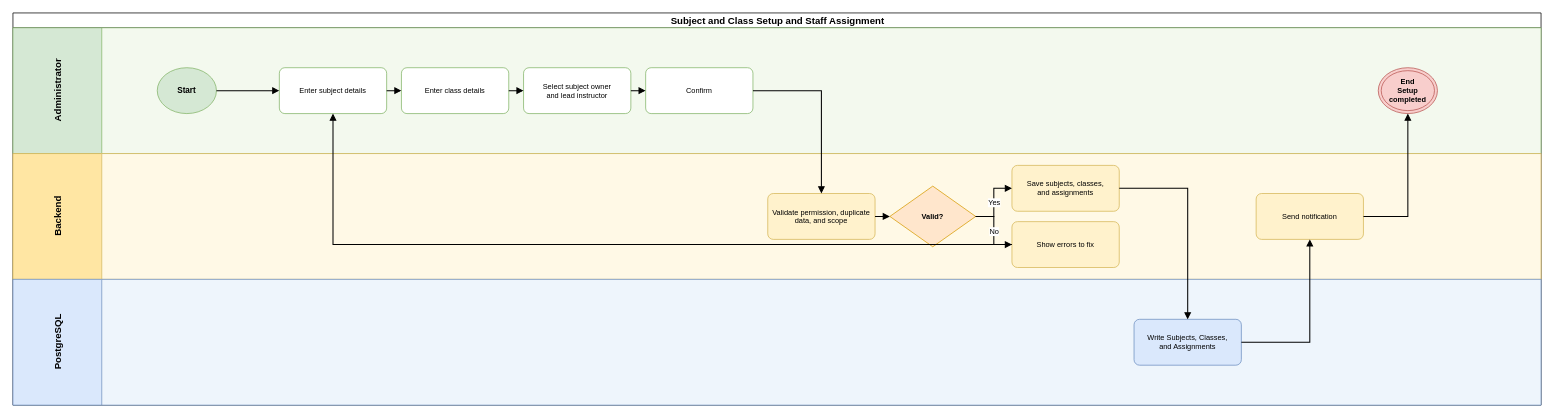
Above: page "BF-02 Subject and Class Setup and Staff Assignment" (2 of 9) of aidlc-docs/inception/main-business-flows/AI-Powered-Learning-Platform-Main-Business-Flows.drawio in hygef-v4/AI-Powered-Learning-Platform (draw.io), before the change. Source tidied: cells renumbered, new cells numbered last; positions are measured from the earlier drawing's top-left corner, leaving out a move shared by most shapes. Both pictures are drawn from the tidied source at 74%, with x=0, y=0 at pixel (13, 13).
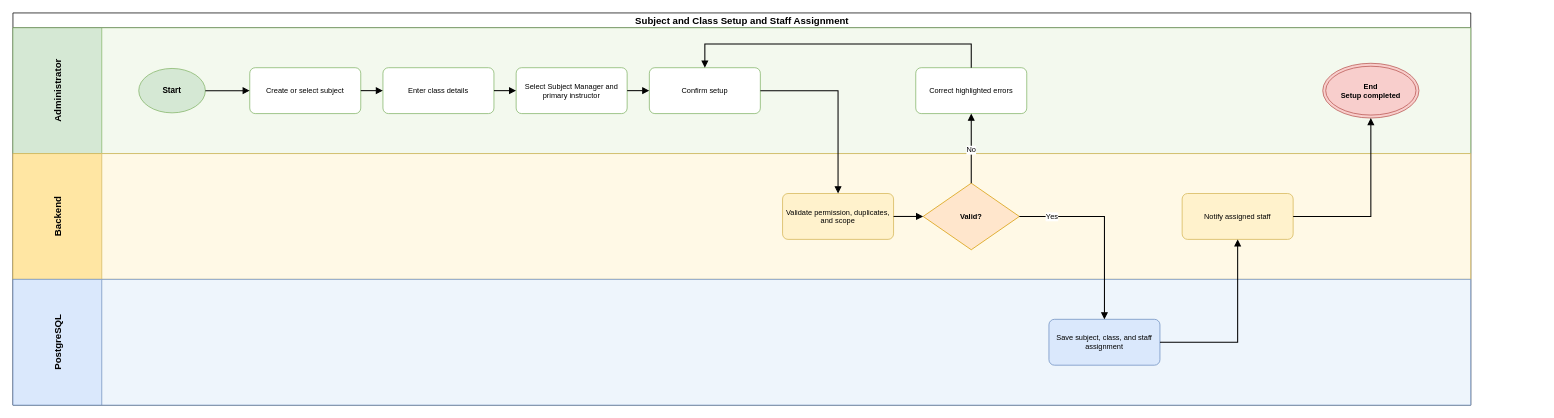
The same page after the edit.

The edit, as a diff of the source:
```diff
@@
     <mxCell id="2" value="Subject and Class Setup and Staff Assignment" style="swimlane;horizontal=1;startSize=20;html=1;fontSize=13;fontStyle=1;align=center;verticalAlign=middle;" parent="1" vertex="1">
-      <mxGeometry width="2065" height="530" as="geometry" />
+      <mxGeometry width="1970" height="530" as="geometry" />
     </mxCell>
-    <mxCell id="3" value="Administrator" style="swimlane;startSize=120;horizontal=0;html=1;fillColor=#D5E8D4;swimlaneFillColor=#F3F9EE;strokeColor=#82B366;fontSize=13;fontStyle=1;align=center;verticalAlign=middle;spacing=6;" parent="2" vertex="1">
-      <mxGeometry y="20" width="2065" height="170" as="geometry" />
+    <mxCell id="3" value="Administrator" style="swimlane;startSize=120;horizontal=0;html=1;whiteSpace=wrap;fillColor=#D5E8D4;swimlaneFillColor=#F3F9EE;strokeColor=#82B366;fontSize=13;fontStyle=1;align=center;verticalAlign=middle;spacing=6;" parent="2" vertex="1">
+      <mxGeometry y="20" width="1970" height="170" as="geometry" />
     </mxCell>
-    <mxCell id="4" value="Backend" style="swimlane;startSize=120;horizontal=0;html=1;fillColor=#FFE6A3;swimlaneFillColor=#FFF9E6;strokeColor=#D6B656;fontSize=13;fontStyle=1;align=center;verticalAlign=middle;spacing=6;" parent="2" vertex="1">
-      <mxGeometry y="190" width="2065" height="170" as="geometry" />
+    <mxCell id="4" value="Backend" style="swimlane;startSize=120;horizontal=0;html=1;whiteSpace=wrap;fillColor=#FFE6A3;swimlaneFillColor=#FFF9E6;strokeColor=#D6B656;fontSize=13;fontStyle=1;align=center;verticalAlign=middle;spacing=6;" parent="2" vertex="1">
+      <mxGeometry y="190" width="1970" height="170" as="geometry" />
     </mxCell>
-    <mxCell id="5" value="PostgreSQL" style="swimlane;startSize=120;horizontal=0;html=1;fillColor=#DAE8FC;swimlaneFillColor=#EEF5FC;strokeColor=#6C8EBF;fontSize=13;fontStyle=1;align=center;verticalAlign=middle;spacing=6;" parent="2" vertex="1">
-      <mxGeometry y="360" width="2065" height="170" as="geometry" />
+    <mxCell id="5" value="PostgreSQL" style="swimlane;startSize=120;horizontal=0;html=1;whiteSpace=wrap;fillColor=#DAE8FC;swimlaneFillColor=#EEF5FC;strokeColor=#6C8EBF;fontSize=13;fontStyle=1;align=center;verticalAlign=middle;spacing=6;" parent="2" vertex="1">
+      <mxGeometry y="360" width="1970" height="170" as="geometry" />
     </mxCell>
     <mxCell id="6" value="Start" style="ellipse;whiteSpace=wrap;html=1;fillColor=#D5E8D4;strokeColor=#82B366;fontStyle=1;fontSize=11;" parent="3" vertex="1">
-      <mxGeometry x="195" y="54" width="80" height="62" as="geometry" />
+      <mxGeometry x="170" y="55" width="90" height="60" as="geometry" />
     </mxCell>
-    <mxCell id="7" value="Enter subject details" style="rounded=1;whiteSpace=wrap;html=1;fillColor=#FFFFFF;strokeColor=#82B366;fontSize=10;spacing=6;arcSize=12;" parent="3" vertex="1">
-      <mxGeometry x="360" y="54" width="145" height="62" as="geometry" />
+    <mxCell id="7" value="Create or select subject" style="rounded=1;whiteSpace=wrap;html=1;fillColor=#FFFFFF;strokeColor=#82B366;fontSize=10;spacing=6;arcSize=12;" parent="3" vertex="1">
+      <mxGeometry x="320" y="54" width="150" height="62" as="geometry" />
     </mxCell>
     <mxCell id="8" value="Enter class details" style="rounded=1;whiteSpace=wrap;html=1;fillColor=#FFFFFF;strokeColor=#82B366;fontSize=10;spacing=6;arcSize=12;" parent="3" vertex="1">
-      <mxGeometry x="525" y="54" width="145" height="62" as="geometry" />
+      <mxGeometry x="500" y="54" width="150" height="62" as="geometry" />
     </mxCell>
-    <mxCell id="9" value="Select subject owner&lt;br&gt;and lead instructor" style="rounded=1;whiteSpace=wrap;html=1;fillColor=#FFFFFF;strokeColor=#82B366;fontSize=10;spacing=6;arcSize=12;" parent="3" vertex="1">
-      <mxGeometry x="690" y="54" width="145" height="62" as="geometry" />
-    </mxCell>
+    <mxCell id="30" value="Select Subject Manager and primary instructor" style="rounded=1;whiteSpace=wrap;html=1;fillColor=#FFFFFF;strokeColor=#82B366;fontSize=10;spacing=6;arcSize=12;" parent="3" vertex="1">
+      <mxGeometry x="680" y="54" width="150" height="62" as="geometry" />
+    </mxCell>
-    <mxCell id="10" value="Confirm" style="rounded=1;whiteSpace=wrap;html=1;fillColor=#FFFFFF;strokeColor=#82B366;fontSize=10;spacing=6;arcSize=12;" parent="3" vertex="1">
-      <mxGeometry x="855" y="54" width="145" height="62" as="geometry" />
+    <mxCell id="10" value="Confirm setup" style="rounded=1;whiteSpace=wrap;html=1;fillColor=#FFFFFF;strokeColor=#82B366;fontSize=10;spacing=6;arcSize=12;" parent="3" vertex="1">
+      <mxGeometry x="860" y="54" width="150" height="62" as="geometry" />
     </mxCell>
-    <mxCell id="11" value="Validate permission, duplicate&lt;br&gt;data, and scope" style="rounded=1;whiteSpace=wrap;html=1;fillColor=#FFF2CC;strokeColor=#D6B656;fontSize=10;spacing=6;arcSize=12;" parent="4" vertex="1">
-      <mxGeometry x="1020" y="54" width="145" height="62" as="geometry" />
+    <mxCell id="11" value="Validate permission, duplicates, and scope" style="rounded=1;whiteSpace=wrap;html=1;fillColor=#FFF2CC;strokeColor=#D6B656;fontSize=10;spacing=6;arcSize=12;" parent="4" vertex="1">
+      <mxGeometry x="1040" y="54" width="150" height="62" as="geometry" />
     </mxCell>
     <mxCell id="12" value="Valid?" style="rhombus;whiteSpace=wrap;html=1;fillColor=#FFE6CC;strokeColor=#D79B00;fontStyle=1;fontSize=10;spacing=4;" parent="4" vertex="1">
-      <mxGeometry x="1185" y="44" width="116" height="82" as="geometry" />
+      <mxGeometry x="1230" y="40" width="130" height="90" as="geometry" />
     </mxCell>
-    <mxCell id="13" value="Show errors to fix" style="rounded=1;whiteSpace=wrap;html=1;fillColor=#FFF2CC;strokeColor=#D6B656;fontSize=10;spacing=6;arcSize=12;" parent="4" vertex="1">
-      <mxGeometry x="1350" y="92" width="145" height="62" as="geometry" />
+    <mxCell id="13" value="Correct highlighted errors" style="rounded=1;whiteSpace=wrap;html=1;fillColor=#FFFFFF;strokeColor=#82B366;fontSize=10;spacing=6;arcSize=12;" parent="3" vertex="1">
+      <mxGeometry x="1220" y="54" width="150" height="62" as="geometry" />
     </mxCell>
-    <mxCell id="14" value="Save subjects, classes,&lt;br&gt;and assignments" style="rounded=1;whiteSpace=wrap;html=1;fillColor=#FFF2CC;strokeColor=#D6B656;fontSize=10;spacing=6;arcSize=12;" parent="4" vertex="1">
-      <mxGeometry x="1350" y="16" width="145" height="62" as="geometry" />
-    </mxCell>
-    <mxCell id="15" value="Write Subjects, Classes,&lt;br&gt;and Assignments" style="rounded=1;whiteSpace=wrap;html=1;fillColor=#DAE8FC;strokeColor=#6C8EBF;fontSize=10;spacing=6;arcSize=12;" parent="5" vertex="1">
-      <mxGeometry x="1515" y="54" width="145" height="62" as="geometry" />
-    </mxCell>
+    <mxCell id="31" value="Save subject, class, and staff assignment" style="rounded=1;whiteSpace=wrap;html=1;fillColor=#DAE8FC;strokeColor=#6C8EBF;fontSize=10;spacing=6;arcSize=12;" parent="5" vertex="1">
+      <mxGeometry x="1400" y="54" width="150" height="62" as="geometry" />
+    </mxCell>
-    <mxCell id="16" value="Send notification" style="rounded=1;whiteSpace=wrap;html=1;fillColor=#FFF2CC;strokeColor=#D6B656;fontSize=10;spacing=6;arcSize=12;" parent="4" vertex="1">
-      <mxGeometry x="1680" y="54" width="145" height="62" as="geometry" />
+    <mxCell id="16" value="Notify assigned staff" style="rounded=1;whiteSpace=wrap;html=1;fillColor=#FFF2CC;strokeColor=#D6B656;fontSize=10;spacing=6;arcSize=12;" parent="4" vertex="1">
+      <mxGeometry x="1580" y="54" width="150" height="62" as="geometry" />
     </mxCell>
     <mxCell id="17" value="End&lt;br&gt;Setup completed" style="ellipse;shape=doubleEllipse;whiteSpace=wrap;html=1;fillColor=#F8CECC;strokeColor=#B85450;fontStyle=1;fontSize=10;" parent="3" vertex="1">
-      <mxGeometry x="1845" y="54" width="80" height="62" as="geometry" />
+      <mxGeometry x="1770" y="48" width="130" height="74" as="geometry" />
     </mxCell>
-    <mxCell id="18" style="edgeStyle=orthogonalEdgeStyle;rounded=0;jettySize=18;html=1;endArrow=block;endFill=1;strokeWidth=1.4;labelBackgroundColor=#FFFFFF;fontSize=10;" parent="1" edge="1" source="6" target="7">
-      <mxGeometry relative="1" as="geometry" />
-    </mxCell>
-    <mxCell id="19" style="edgeStyle=orthogonalEdgeStyle;rounded=0;jettySize=18;html=1;endArrow=block;endFill=1;strokeWidth=1.4;labelBackgroundColor=#FFFFFF;fontSize=10;" parent="1" edge="1" source="7" target="8">
+    <mxCell id="19" style="edgeStyle=orthogonalEdgeStyle;rounded=0;jettySize=18;html=1;endArrow=block;endFill=1;strokeWidth=1.4;labelBackgroundColor=#FFFFFF;fontSize=10;exitX=1;exitY=0.5;exitDx=0;exitDy=0;entryX=0;entryY=0.5;entryDx=0;entryDy=0;" parent="1" edge="1" source="6" target="7">
       <mxGeometry relative="1" as="geometry" />
     </mxCell>
-    <mxCell id="20" style="edgeStyle=orthogonalEdgeStyle;rounded=0;jettySize=18;html=1;endArrow=block;endFill=1;strokeWidth=1.4;labelBackgroundColor=#FFFFFF;fontSize=10;" parent="1" edge="1" source="8" target="9">
+    <mxCell id="20" style="edgeStyle=orthogonalEdgeStyle;rounded=0;jettySize=18;html=1;endArrow=block;endFill=1;strokeWidth=1.4;labelBackgroundColor=#FFFFFF;fontSize=10;exitX=1;exitY=0.5;exitDx=0;exitDy=0;entryX=0;entryY=0.5;entryDx=0;entryDy=0;" parent="1" edge="1" source="7" target="8">
       <mxGeometry relative="1" as="geometry" />
     </mxCell>
-    <mxCell id="21" style="edgeStyle=orthogonalEdgeStyle;rounded=0;jettySize=18;html=1;endArrow=block;endFill=1;strokeWidth=1.4;labelBackgroundColor=#FFFFFF;fontSize=10;" parent="1" edge="1" source="9" target="10">
+    <mxCell id="21" style="edgeStyle=orthogonalEdgeStyle;rounded=0;jettySize=18;html=1;endArrow=block;endFill=1;strokeWidth=1.4;labelBackgroundColor=#FFFFFF;fontSize=10;exitX=1;exitY=0.5;exitDx=0;exitDy=0;entryX=0;entryY=0.5;entryDx=0;entryDy=0;" parent="1" edge="1" source="8" target="30">
       <mxGeometry relative="1" as="geometry" />
     </mxCell>
-    <mxCell id="22" style="edgeStyle=orthogonalEdgeStyle;rounded=0;jettySize=18;html=1;endArrow=block;endFill=1;strokeWidth=1.4;labelBackgroundColor=#FFFFFF;fontSize=10;" parent="1" edge="1" source="10" target="11">
+    <mxCell id="22" style="edgeStyle=orthogonalEdgeStyle;rounded=0;jettySize=18;html=1;endArrow=block;endFill=1;strokeWidth=1.4;labelBackgroundColor=#FFFFFF;fontSize=10;exitX=1;exitY=0.5;exitDx=0;exitDy=0;entryX=0;entryY=0.5;entryDx=0;entryDy=0;" parent="1" edge="1" source="30" target="10">
       <mxGeometry relative="1" as="geometry" />
     </mxCell>
-    <mxCell id="23" style="edgeStyle=orthogonalEdgeStyle;rounded=0;jettySize=18;html=1;endArrow=block;endFill=1;strokeWidth=1.4;labelBackgroundColor=#FFFFFF;fontSize=10;" parent="1" edge="1" source="11" target="12">
-      <mxGeometry relative="1" as="geometry" />
+    <mxCell id="23" style="edgeStyle=orthogonalEdgeStyle;rounded=0;jettySize=18;html=1;endArrow=block;endFill=1;strokeWidth=1.4;labelBackgroundColor=#FFFFFF;fontSize=10;exitX=1;exitY=0.5;exitDx=0;exitDy=0;entryX=0.5;entryY=0;entryDx=0;entryDy=0;" parent="1" edge="1" source="10" target="11">
+      <mxGeometry relative="1" as="geometry">
+        <Array as="points">
+          <mxPoint x="1115" y="105" />
+        </Array>
+      </mxGeometry>
     </mxCell>
-    <mxCell id="24" value="No" style="edgeStyle=orthogonalEdgeStyle;rounded=0;jettySize=18;html=1;endArrow=block;endFill=1;strokeWidth=1.4;labelBackgroundColor=#FFFFFF;fontSize=10;" parent="1" edge="1" source="12" target="13">
+    <mxCell id="24" style="edgeStyle=orthogonalEdgeStyle;rounded=0;jettySize=18;html=1;endArrow=block;endFill=1;strokeWidth=1.4;labelBackgroundColor=#FFFFFF;fontSize=10;exitX=1;exitY=0.5;exitDx=0;exitDy=0;entryX=0;entryY=0.5;entryDx=0;entryDy=0;" parent="1" edge="1" source="11" target="12">
       <mxGeometry relative="1" as="geometry" />
     </mxCell>
-    <mxCell id="25" style="edgeStyle=orthogonalEdgeStyle;rounded=0;jettySize=18;html=1;endArrow=block;endFill=1;strokeWidth=1.4;labelBackgroundColor=#FFFFFF;fontSize=10;" parent="1" edge="1" source="13" target="7">
-      <mxGeometry relative="1" as="geometry" />
+    <mxCell id="25" value="No" style="edgeStyle=orthogonalEdgeStyle;rounded=0;jettySize=18;html=1;endArrow=block;endFill=1;strokeWidth=1.4;labelBackgroundColor=#FFFFFF;fontSize=10;exitX=0.5;exitY=0;exitDx=0;exitDy=0;entryX=0.5;entryY=1;entryDx=0;entryDy=0;" parent="1" edge="1" source="12" target="13">
+      <mxGeometry x="-0.04" relative="1" as="geometry" />
     </mxCell>
-    <mxCell id="26" value="Yes" style="edgeStyle=orthogonalEdgeStyle;rounded=0;jettySize=18;html=1;endArrow=block;endFill=1;strokeWidth=1.4;labelBackgroundColor=#FFFFFF;fontSize=10;" parent="1" edge="1" source="12" target="14">
-      <mxGeometry relative="1" as="geometry" />
+    <mxCell id="26" style="edgeStyle=orthogonalEdgeStyle;rounded=0;jettySize=18;html=1;endArrow=block;endFill=1;strokeWidth=1.4;labelBackgroundColor=#FFFFFF;fontSize=10;exitX=0.5;exitY=0;exitDx=0;exitDy=0;entryX=0.5;entryY=0;entryDx=0;entryDy=0;" parent="1" edge="1" source="13" target="10">
+      <mxGeometry relative="1" as="geometry">
+        <Array as="points">
+          <mxPoint x="1295" y="42" />
+          <mxPoint x="935" y="42" />
+        </Array>
+      </mxGeometry>
     </mxCell>
-    <mxCell id="27" style="edgeStyle=orthogonalEdgeStyle;rounded=0;jettySize=18;html=1;endArrow=block;endFill=1;strokeWidth=1.4;labelBackgroundColor=#FFFFFF;fontSize=10;" parent="1" edge="1" source="14" target="15">
-      <mxGeometry relative="1" as="geometry" />
+    <mxCell id="27" value="Yes" style="edgeStyle=orthogonalEdgeStyle;rounded=0;jettySize=18;html=1;endArrow=block;endFill=1;strokeWidth=1.4;labelBackgroundColor=#FFFFFF;fontSize=10;exitX=1;exitY=0.5;exitDx=0;exitDy=0;entryX=0.5;entryY=0;entryDx=0;entryDy=0;" parent="1" edge="1" source="12" target="31">
+      <mxGeometry x="-0.65" relative="1" as="geometry">
+        <Array as="points">
+          <mxPoint x="1475" y="275" />
+        </Array>
+      </mxGeometry>
     </mxCell>
-    <mxCell id="28" style="edgeStyle=orthogonalEdgeStyle;rounded=0;jettySize=18;html=1;endArrow=block;endFill=1;strokeWidth=1.4;labelBackgroundColor=#FFFFFF;fontSize=10;" parent="1" edge="1" source="15" target="16">
-      <mxGeometry relative="1" as="geometry" />
+    <mxCell id="28" style="edgeStyle=orthogonalEdgeStyle;rounded=0;jettySize=18;html=1;endArrow=block;endFill=1;strokeWidth=1.4;labelBackgroundColor=#FFFFFF;fontSize=10;exitX=1;exitY=0.5;exitDx=0;exitDy=0;entryX=0.5;entryY=1;entryDx=0;entryDy=0;" parent="1" edge="1" source="31" target="16">
+      <mxGeometry relative="1" as="geometry">
+        <Array as="points">
+          <mxPoint x="1655" y="445" />
+        </Array>
+      </mxGeometry>
     </mxCell>
-    <mxCell id="29" style="edgeStyle=orthogonalEdgeStyle;rounded=0;jettySize=18;html=1;endArrow=block;endFill=1;strokeWidth=1.4;labelBackgroundColor=#FFFFFF;fontSize=10;" parent="1" edge="1" source="16" target="17">
-      <mxGeometry relative="1" as="geometry" />
+    <mxCell id="29" style="edgeStyle=orthogonalEdgeStyle;rounded=0;jettySize=18;html=1;endArrow=block;endFill=1;strokeWidth=1.4;labelBackgroundColor=#FFFFFF;fontSize=10;exitX=1;exitY=0.5;exitDx=0;exitDy=0;entryX=0.5;entryY=1;entryDx=0;entryDy=0;" parent="1" edge="1" source="16" target="17">
+      <mxGeometry relative="1" as="geometry">
+        <Array as="points">
+          <mxPoint x="1835" y="275" />
+        </Array>
+      </mxGeometry>
     </mxCell>
```
